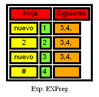
Above: build/classes/GRAFICAS/SIGUIENTES_202107190/Tabla_siguientes_EXPreg.png in Cris1928/Proyecto1_OLC1_1S2023 (Graphviz), before the change. Its source is kept beside it as build/classes/GRAFICAS/SIGUIENTES_202107190/Tabla_siguientes_EXPreg.dot.
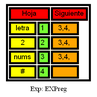
Later version of the same file.

The edit, as a diff of the source:
```diff
@@ -3,9 +3,9 @@
      n4 [ label = <
   <table border="4 ">
     <tr><td colspan="2" bgcolor="red">Hoja</td><td colspan="2" bgcolor="red">Siguiente</td></tr>
-<tr><td bgcolor="yellow"> nuevo </td><td bgcolor="#77ff33">1 </td><td bgcolor="orange">3,4, </td></tr>
+<tr><td bgcolor="yellow"> letra </td><td bgcolor="#77ff33">1 </td><td bgcolor="orange">3,4, </td></tr>
 <tr><td bgcolor="yellow"> 2 </td><td bgcolor="#77ff33">2 </td><td bgcolor="orange">3,4, </td></tr>
-<tr><td bgcolor="yellow"> nuevo </td><td bgcolor="#77ff33">3 </td><td bgcolor="orange">3,4, </td></tr>
+<tr><td bgcolor="yellow"> nums </td><td bgcolor="#77ff33">3 </td><td bgcolor="orange">3,4, </td></tr>
 <tr><td bgcolor="yellow"> # </td><td bgcolor="#77ff33">4 </td><td bgcolor="orange"> </td></tr>
    </table>
    > ]
```
